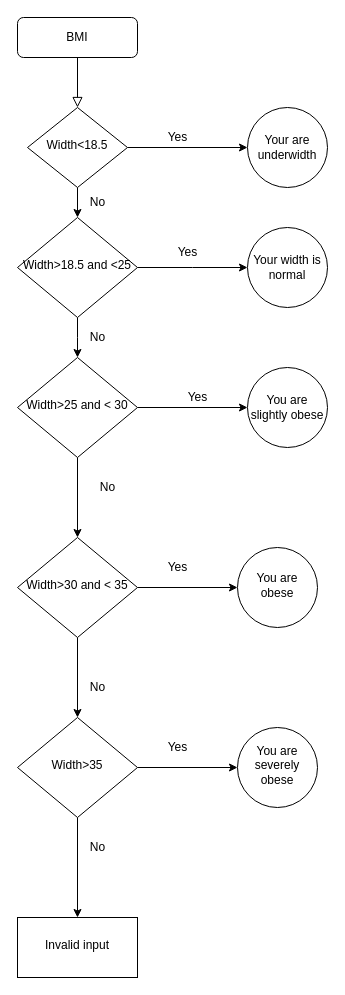
This is 100DaysOfCode/BMI2.0.drawio from Ephebo/100DaysOfCode, a draw.io file, before an edit. Source tidied: cells renumbered, new cells numbered last; positions are measured from the earlier drawing's top-left corner, leaving out a move shared by most shapes. Both pictures are drawn from the tidied source at 100%, with x=0, y=0 at pixel (17, 17).
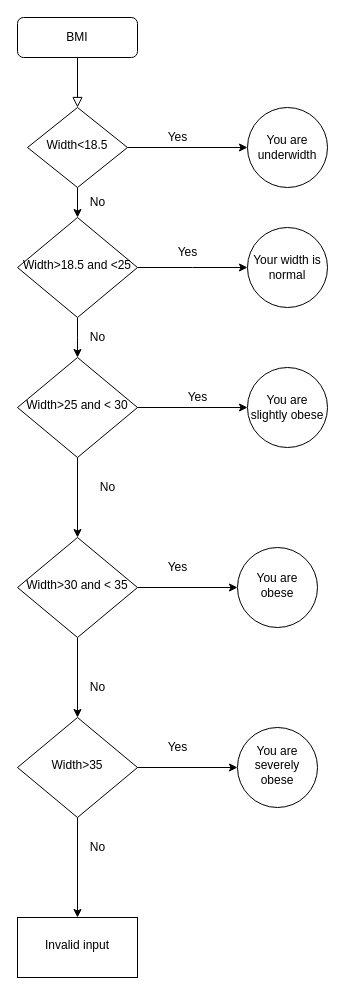
Above is the later version.

The edit, as a diff of the source:
```diff
@@
-    <mxCell id="7" value="Your are underwidth" style="ellipse;whiteSpace=wrap;html=1;rounded=1;glass=0;strokeWidth=1;shadow=0;" parent="1" vertex="1">
+    <mxCell id="7" value="You are underwidth" style="ellipse;whiteSpace=wrap;html=1;rounded=1;glass=0;strokeWidth=1;shadow=0;" parent="1" vertex="1">
       <mxGeometry x="230" y="90" width="80" height="80" as="geometry" />
     </mxCell>
```
